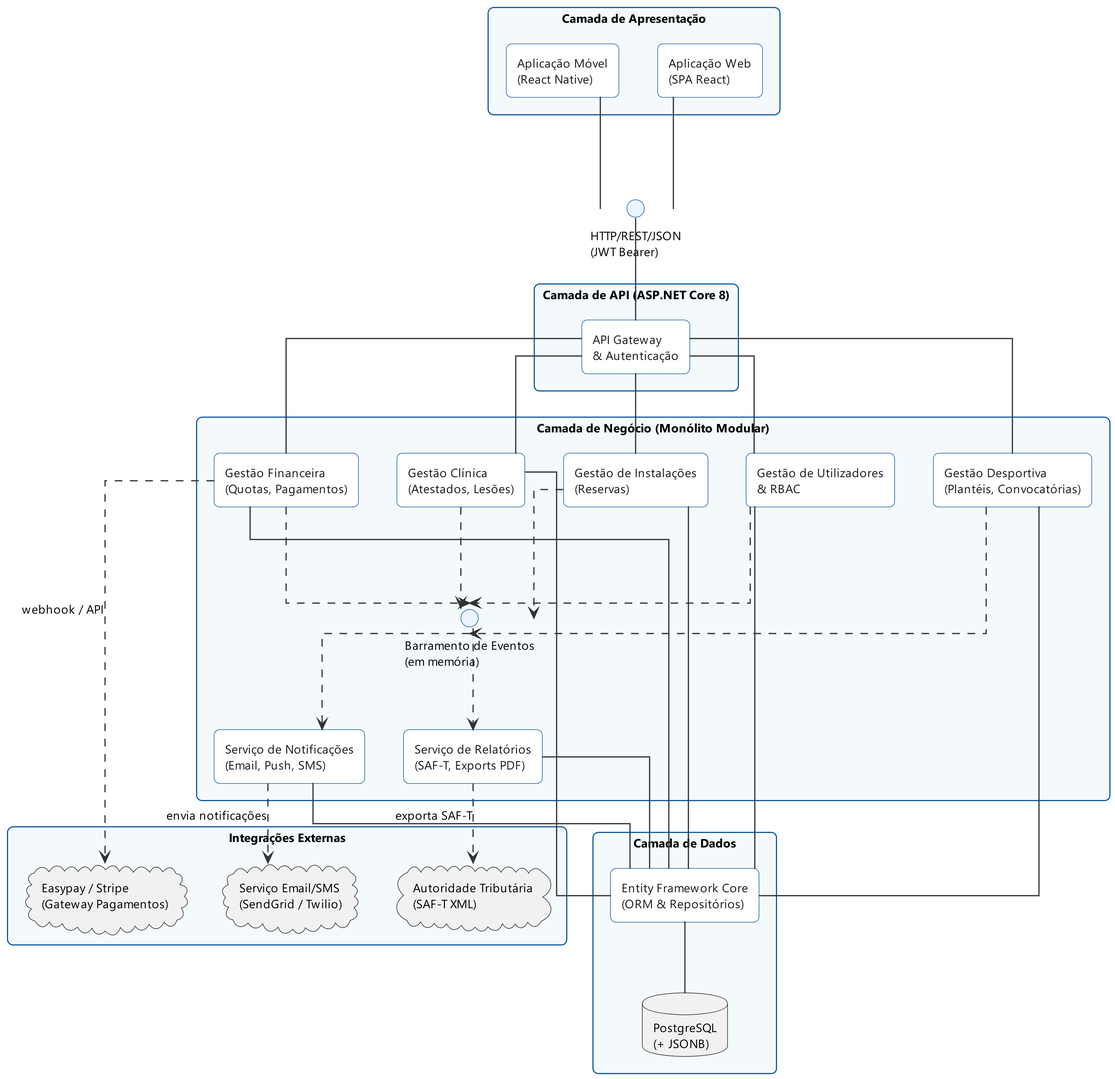
MartiGames8899/LI4 keeps this PlantUML diagram as Relatorio/images/diagrama_componentes.png. Above is the earlier version. Its diagram source:
```plantuml
@startuml diagrama_componentes
!include _cap_skin.puml

top to bottom direction
skinparam componentStyle rectangle

package "Camada de Apresentação" {
    component [Aplicação Web\n(SPA React)] as WebUI
    component [Aplicação Móvel\n(React Native)] as MobileUI
}

interface "HTTP/REST/JSON\n(JWT Bearer)" as REST

package "Camada de API (ASP.NET Core 8)" {
    component [API Gateway\n& Autenticação] as APIGateway
}

package "Camada de Negócio (Monólito Modular)" {
    component [Gestão de Utilizadores\n& RBAC] as ModUser
    component [Gestão Desportiva\n(Plantéis, Convocatórias)] as ModSports
    component [Gestão Clínica\n(Atestados, Lesões)] as ModClinical
    component [Gestão Financeira\n(Quotas, Pagamentos)] as ModFinance
    component [Gestão de Instalações\n(Reservas)] as ModFacilities
    component [Serviço de Notificações\n(Email, Push, SMS)] as ModNotifications
    component [Serviço de Relatórios\n(SAF-T, Exports PDF)] as ModReports

    interface "Barramento de Eventos\n(em memória)" as EventBus

    ModUser ..> EventBus
    ModSports ..> EventBus
    ModClinical ..> EventBus
    ModFinance ..> EventBus
    ModFacilities ..> EventBus
    EventBus ..> ModNotifications
    EventBus ..> ModReports
}

package "Camada de Dados" {
    database "PostgreSQL\n(+ JSONB)" as DB
    component [Entity Framework Core\n(ORM & Repositórios)] as EFC
}

package "Integrações Externas" {
    cloud "Easypay / Stripe\n(Gateway Pagamentos)" as PaymentGW
    cloud "Serviço Email/SMS\n(SendGrid / Twilio)" as EmailService
    cloud "Autoridade Tributária\n(SAF-T XML)" as TaxAuth
}

WebUI -down- REST
MobileUI -down- REST
REST -down- APIGateway

APIGateway -down- ModUser
APIGateway -down- ModSports
APIGateway -down- ModClinical
APIGateway -down- ModFinance
APIGateway -down- ModFacilities

ModUser -down- EFC
ModSports -down- EFC
ModClinical -down- EFC
ModFinance -down- EFC
ModFacilities -down- EFC
ModNotifications -down- EFC
ModReports -down- EFC

EFC -down- DB

ModFinance ..> PaymentGW : webhook / API
ModNotifications ..> EmailService : envia notificações
ModReports ..> TaxAuth : exporta SAF-T

@enduml
```
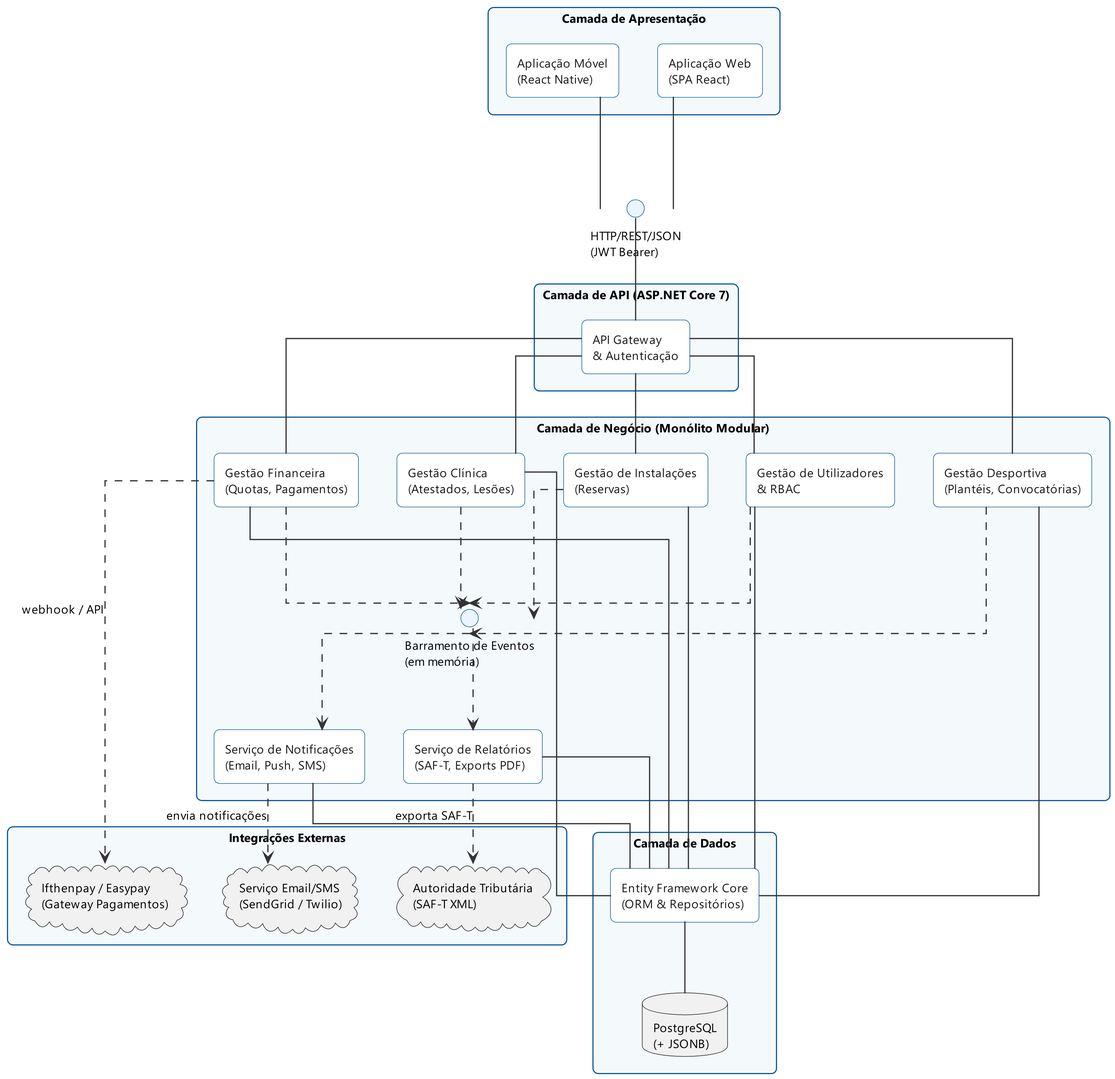
Later version of the same file.

Diff of the diagram source:
```diff
@@ -11,7 +11,7 @@
 
 interface "HTTP/REST/JSON\n(JWT Bearer)" as REST
 
-package "Camada de API (ASP.NET Core 8)" {
+package "Camada de API (ASP.NET Core 7)" {
     component [API Gateway\n& Autenticação] as APIGateway
 }
 
@@ -41,7 +41,7 @@
 }
 
 package "Integrações Externas" {
-    cloud "Easypay / Stripe\n(Gateway Pagamentos)" as PaymentGW
+    cloud "Ifthenpay / Easypay\n(Gateway Pagamentos)" as PaymentGW
     cloud "Serviço Email/SMS\n(SendGrid / Twilio)" as EmailService
     cloud "Autoridade Tributária\n(SAF-T XML)" as TaxAuth
 }
```
